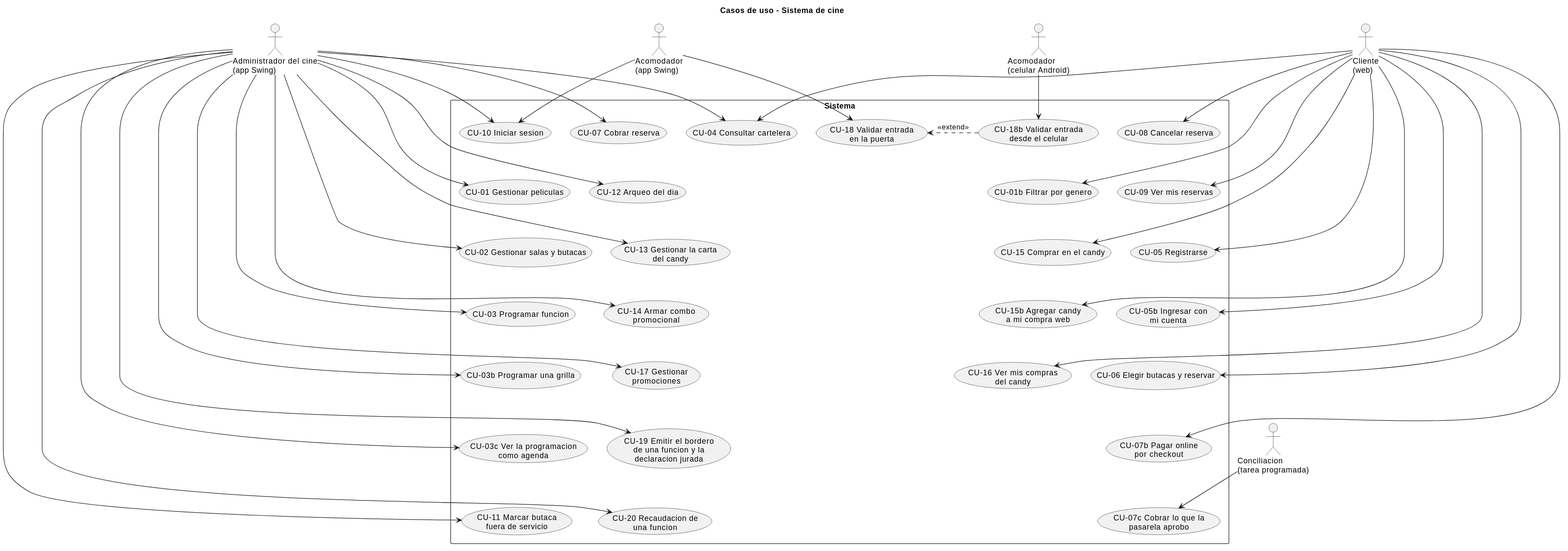
andreiveisuade/cine-uade keeps this PlantUML diagram as _other/docs/diagramas/casos-de-uso.svg. Above is the earlier version.
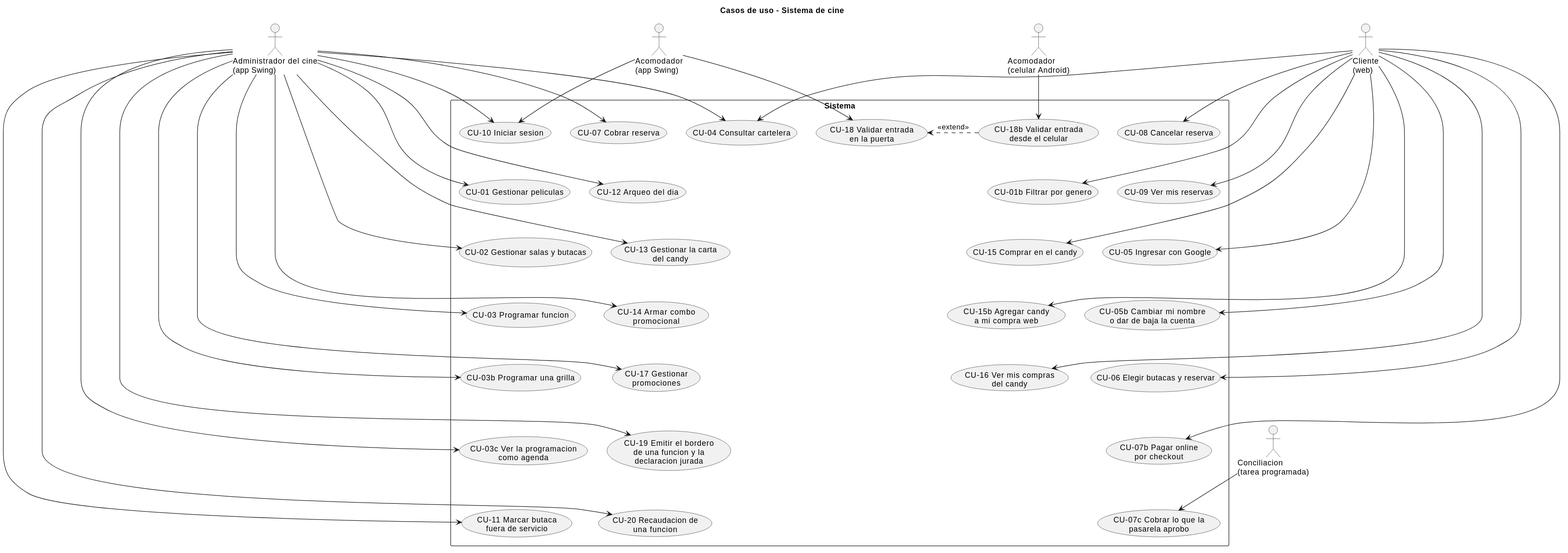
Above is the later version.

What changed in the source:
```diff
@@ -11,8 +11,8 @@
 rectangle Sistema {
   usecase "CU-04 Consultar cartelera" as CU04
   usecase "CU-01b Filtrar por genero" as CU01b
-  usecase "CU-05 Registrarse" as CU05
-  usecase "CU-05b Ingresar con\nmi cuenta" as CU05b
+  usecase "CU-05 Ingresar con Google" as CU05
+  usecase "CU-05b Cambiar mi nombre\no dar de baja la cuenta" as CU05b
   usecase "CU-06 Elegir butacas y reservar" as CU06
   usecase "CU-07b Pagar online\npor checkout" as CU07b
   usecase "CU-07c Cobrar lo que la\npasarela aprobo" as CU07c
```
